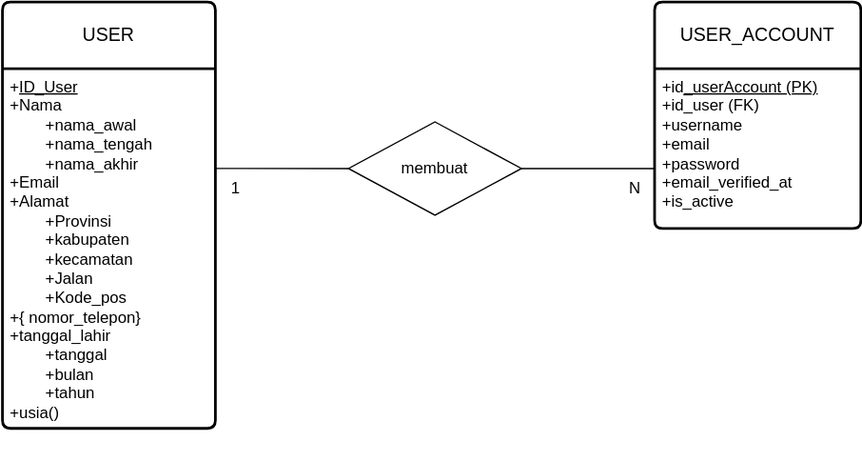
This is docs/erd.drawio.svg from ardiansyah-sweng/duweet, a draw.io export, as it was before one commit. Source tidied: cells renumbered, new cells last; positions are measured from the earlier drawing's top-left corner, leaving out a move shared by most shapes.
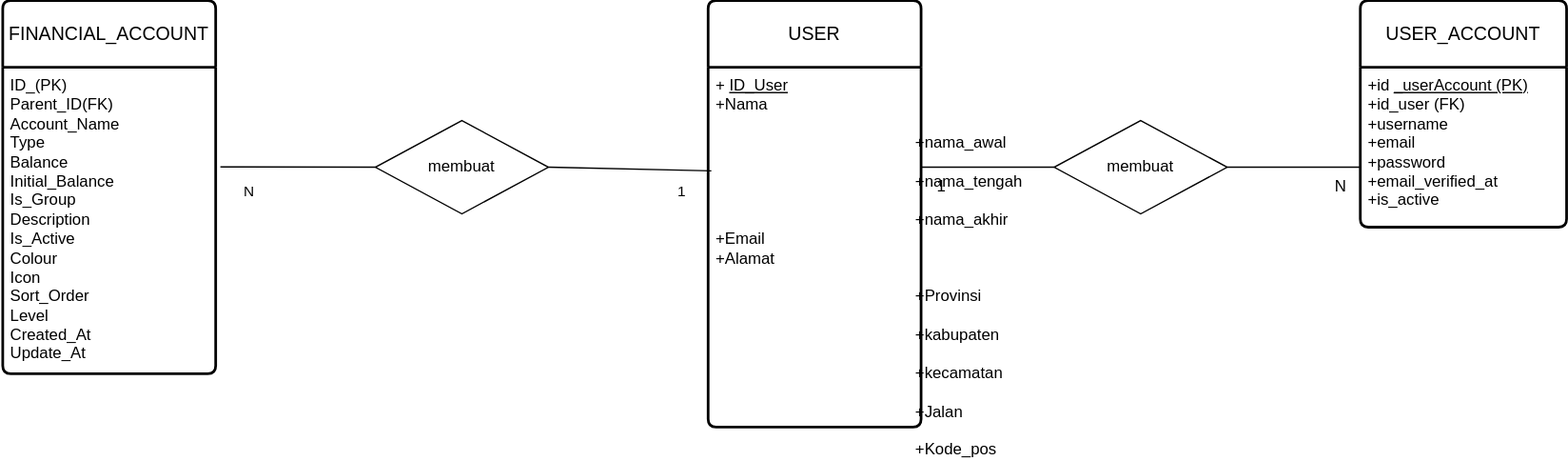
After the change.

Commit message:
Revisi3-update ERD FinancialAccount (231)rafiauliarachman

Diff of the diagram source:
```diff
@@ -34,5 +34,26 @@
     <mxCell id="11" value="N" style="text;html=1;align=center;verticalAlign=middle;strokeColor=none;fillColor=none;" parent="1" vertex="1">
       <mxGeometry x="460" y="125" width="30" height="30" as="geometry" />
     </mxCell>
+    <mxCell id="12" value="FINANCIAL_ACCOUNT" style="swimlane;horizontal=1;startSize=50;rounded=1;fontSize=14;fontStyle=0;strokeWidth=2;shadow=0;dashed=0;align=center;arcSize=4;whiteSpace=wrap;html=1;" parent="1" vertex="1">
+      <mxGeometry x="-530" width="160" height="280" as="geometry" />
+    </mxCell>
+    <mxCell id="13" value="&lt;div&gt;&lt;div&gt;ID_(PK)&lt;/div&gt;&lt;/div&gt;&lt;div&gt;Parent_ID(FK)&lt;/div&gt;&lt;div&gt;Account_Name&lt;/div&gt;&lt;div&gt;Type&lt;/div&gt;&lt;div&gt;Balance&lt;/div&gt;&lt;div&gt;Initial_Balance&lt;/div&gt;&lt;div&gt;Is_Group&lt;/div&gt;&lt;div&gt;Description&lt;/div&gt;&lt;div&gt;Is_Active&lt;/div&gt;&lt;div&gt;Colour&lt;/div&gt;&lt;div&gt;Icon&lt;/div&gt;&lt;div&gt;Sort_Order&lt;/div&gt;&lt;div&gt;Level&lt;/div&gt;&lt;div&gt;Created_At&lt;/div&gt;&lt;div&gt;Update_At&lt;/div&gt;" style="align=left;strokeColor=none;fillColor=none;spacingLeft=4;fontSize=12;verticalAlign=top;html=1;" parent="12" vertex="1">
+      <mxGeometry y="50" width="160" height="230" as="geometry" />
+    </mxCell>
+    <mxCell id="14" value="membuat" style="rhombus;whiteSpace=wrap;html=1;" parent="1" vertex="1">
+      <mxGeometry x="-250" y="90" width="130" height="70" as="geometry" />
+    </mxCell>
+    <mxCell id="15" value="1" style="text;html=1;align=center;verticalAlign=middle;strokeColor=none;fillColor=none;fontFamily=Helvetica;fontSize=11;fontColor=default;labelBackgroundColor=default;" parent="1" vertex="1">
+      <mxGeometry x="-35" y="128" width="30" height="30" as="geometry" />
+    </mxCell>
+    <mxCell id="16" value="N" style="text;html=1;align=center;verticalAlign=middle;strokeColor=none;fillColor=none;fontFamily=Helvetica;fontSize=11;fontColor=default;labelBackgroundColor=default;" parent="1" vertex="1">
+      <mxGeometry x="-360" y="128" width="30" height="30" as="geometry" />
+    </mxCell>
+    <mxCell id="17" style="edgeStyle=none;shape=connector;rounded=1;html=1;exitX=1;exitY=0.5;exitDx=0;exitDy=0;entryX=0.015;entryY=0.288;entryDx=0;entryDy=0;entryPerimeter=0;strokeColor=default;align=center;verticalAlign=middle;fontFamily=Helvetica;fontSize=11;fontColor=default;labelBackgroundColor=default;endArrow=none;endFill=0;" parent="1" edge="1" source="14" target="3">
+      <mxGeometry relative="1" as="geometry" />
+    </mxCell>
+    <mxCell id="18" style="edgeStyle=none;shape=connector;rounded=1;html=1;exitX=0;exitY=0.5;exitDx=0;exitDy=0;entryX=1.022;entryY=0.325;entryDx=0;entryDy=0;entryPerimeter=0;strokeColor=default;align=center;verticalAlign=middle;fontFamily=Helvetica;fontSize=11;fontColor=default;labelBackgroundColor=default;endArrow=none;endFill=0;" parent="1" edge="1" source="14" target="13">
+      <mxGeometry relative="1" as="geometry" />
+    </mxCell>
   </root>
 </mxGraphModel>
```
